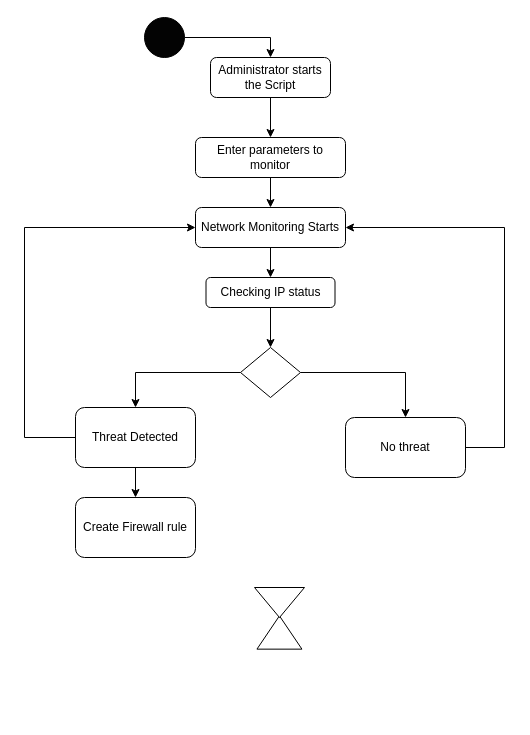
MaduraJ/Network-traffic-data-Visualization-tool-for-pfsense keeps this draw.io diagram as Test case 1/Activity.drawio. Above is the earlier version. Source tidied: cells renumbered, new cells numbered last; positions are measured from the earlier drawing's top-left corner, leaving out a move shared by most shapes. Both pictures are drawn from the tidied source at 100%, with x=0, y=0 at pixel (24, 17).
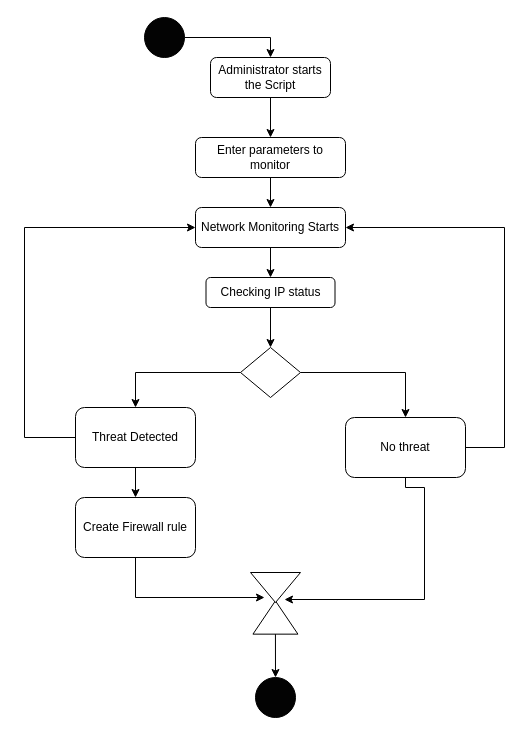
The same page after the edit.

The change refers to these unchanged cells:
```xml
<mxCell id="11" value="No threat" style="rounded=1;whiteSpace=wrap;html=1;fillColor=#FFFFFF;" parent="1" vertex="1">
  <mxGeometry x="321" y="400" width="120" height="60" as="geometry" />
</mxCell>
<mxCell id="16" value="Create Firewall rule" style="rounded=1;whiteSpace=wrap;html=1;fillColor=#FFFFFF;" parent="1" vertex="1">
  <mxGeometry x="51" y="480" width="120" height="60" as="geometry" />
</mxCell>
<mxCell id="22" style="triangle;whiteSpace=wrap;html=1;fillColor=#FFFFFF;rotation=-90;" parent="21" vertex="1">
  <mxGeometry x="8.3" y="22.5" width="33.3" height="45" as="geometry" />
</mxCell>
```

What changed in the source:
```diff
@@
     <mxCell id="21" style="group;" parent="1" vertex="1">
-      <mxGeometry x="230" y="570" width="50" height="60" as="geometry" />
+      <mxGeometry x="226" y="555" width="50" height="60" as="geometry" />
     </mxCell>
@@
+    <mxCell id="24" style="endArrow=classic;html=1;rounded=0;exitX=0.5;exitY=1;exitDx=0;exitDy=0;edgeStyle=orthogonalEdgeStyle;" parent="1" edge="1" source="16">
+      <mxGeometry relative="1" as="geometry">
+        <mxPoint x="240" y="580" as="targetPoint" />
+        <Array as="points">
+          <mxPoint x="111" y="580" />
+        </Array>
+      </mxGeometry>
+    </mxCell>
+    <mxCell id="25" style="endArrow=classic;html=1;rounded=0;exitX=0.5;exitY=1;exitDx=0;exitDy=0;edgeStyle=orthogonalEdgeStyle;" parent="1" edge="1" source="11">
+      <mxGeometry relative="1" as="geometry">
+        <mxPoint x="260" y="582" as="targetPoint" />
+        <Array as="points">
+          <mxPoint x="381" y="470" />
+          <mxPoint x="400" y="470" />
+          <mxPoint x="400" y="582" />
+        </Array>
+      </mxGeometry>
+    </mxCell>
+    <mxCell id="26" style="ellipse;whiteSpace=wrap;html=1;fillColor=#030303;" parent="1" vertex="1">
+      <mxGeometry x="231" y="660" width="40" height="40" as="geometry" />
+    </mxCell>
+    <mxCell id="27" style="edgeStyle=orthogonalEdgeStyle;rounded=0;jettySize=auto;html=1;entryX=0.5;entryY=0;entryDx=0;entryDy=0;exitX=0;exitY=0.5;exitDx=0;exitDy=0;" parent="1" edge="1" source="22" target="26">
+      <mxGeometry relative="1" as="geometry" />
+    </mxCell>
```
